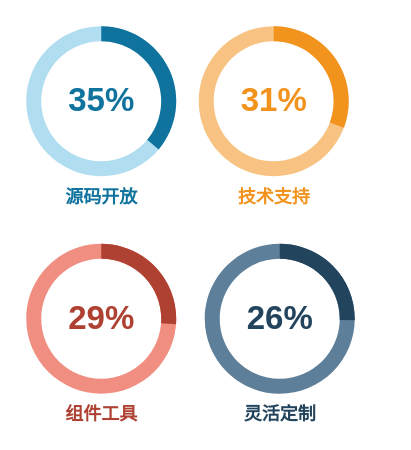
This is page "第 9 页" (9 of 9) of draw/ppt.drawio from peng-fan/drawio, a draw.io file, before an edit. Source tidied: cells renumbered, new cells numbered last; positions are measured from the earlier drawing's top-left corner, leaving out a move shared by most shapes. Both pictures are drawn from the tidied source at 150%, with x=0, y=0 at pixel (26, 26).
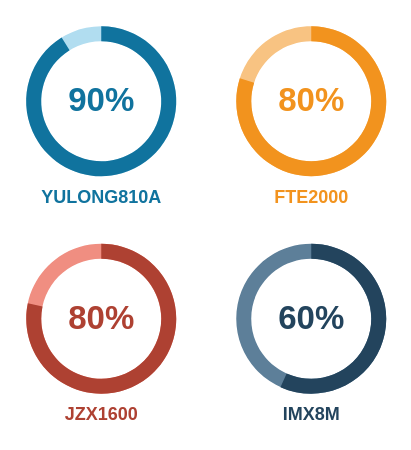
The same diagram, later.

What changed in the source:
```diff
@@
 <mxGraphModel>
   <root>
     <mxCell id="0" />
     <mxCell id="1" parent="0" />
-    <mxCell id="2" value="源码开放" style="verticalLabelPosition=bottom;verticalAlign=top;html=1;shape=mxgraph.basic.donut;dx=10;strokeColor=none;fillColor=#B1DDF0;fontSize=12;fontColor=#10739E;align=center;fontStyle=1;" parent="1" vertex="1">
+    <mxCell id="2" value="YULONG810A" style="verticalLabelPosition=bottom;verticalAlign=top;html=1;shape=mxgraph.basic.donut;dx=10;strokeColor=none;fillColor=#B1DDF0;fontSize=12;fontColor=#10739E;align=center;fontStyle=1;" parent="1" vertex="1">
       <mxGeometry width="100" height="100" as="geometry" />
     </mxCell>
-    <mxCell id="3" value="35%" style="verticalLabelPosition=middle;verticalAlign=middle;html=1;shape=mxgraph.basic.partConcEllipse;startAngle=0;endAngle=0.36119516464413803;arcWidth=0.2;strokeColor=none;fillColor=#10739E;fontSize=22;fontColor=#10739E;align=center;fontStyle=1;" parent="2" vertex="1">
+    <mxCell id="3" value="90%" style="verticalLabelPosition=middle;verticalAlign=middle;html=1;shape=mxgraph.basic.partConcEllipse;startAngle=0;endAngle=0.9114144672170953;arcWidth=0.2;strokeColor=none;fillColor=#10739E;fontSize=22;fontColor=#10739E;align=center;fontStyle=1;" parent="2" vertex="1">
       <mxGeometry width="100" height="100" as="geometry" />
     </mxCell>
-    <mxCell id="4" value="技术支持" style="verticalLabelPosition=bottom;verticalAlign=top;html=1;shape=mxgraph.basic.donut;dx=10;strokeColor=none;fillColor=#F8C382;fontSize=12;fontColor=#F2931E;align=center;fontStyle=1;" parent="1" vertex="1">
-      <mxGeometry x="115" width="100" height="100" as="geometry" />
+    <mxCell id="4" value="FTE2000" style="verticalLabelPosition=bottom;verticalAlign=top;html=1;shape=mxgraph.basic.donut;dx=10;strokeColor=none;fillColor=#F8C382;fontSize=12;fontColor=#F2931E;align=center;fontStyle=1;" parent="1" vertex="1">
+      <mxGeometry x="140" width="100" height="100" as="geometry" />
     </mxCell>
-    <mxCell id="5" value="31%" style="verticalLabelPosition=middle;verticalAlign=middle;html=1;shape=mxgraph.basic.partConcEllipse;startAngle=0;endAngle=0.30728758717590343;arcWidth=0.2;strokeColor=none;fillColor=#F2931E;fontSize=22;fontColor=#F2931E;align=center;fontStyle=1;" parent="4" vertex="1">
+    <mxCell id="5" value="80%" style="verticalLabelPosition=middle;verticalAlign=middle;html=1;shape=mxgraph.basic.partConcEllipse;startAngle=0;endAngle=0.799611372418553;arcWidth=0.2;strokeColor=none;fillColor=#F2931E;fontSize=22;fontColor=#F2931E;align=center;fontStyle=1;" parent="4" vertex="1">
       <mxGeometry width="100" height="100" as="geometry" />
     </mxCell>
-    <mxCell id="6" value="组件工具" style="verticalLabelPosition=bottom;verticalAlign=top;html=1;shape=mxgraph.basic.donut;dx=10;strokeColor=none;fillColor=#F08E81;fontSize=12;fontColor=#AE4132;align=center;fontStyle=1;" parent="1" vertex="1">
+    <mxCell id="6" value="JZX1600" style="verticalLabelPosition=bottom;verticalAlign=top;html=1;shape=mxgraph.basic.donut;dx=10;strokeColor=none;fillColor=#F08E81;fontSize=12;fontColor=#AE4132;align=center;fontStyle=1;" parent="1" vertex="1">
       <mxGeometry y="145" width="100" height="100" as="geometry" />
     </mxCell>
-    <mxCell id="7" value="29%" style="verticalLabelPosition=middle;verticalAlign=middle;html=1;shape=mxgraph.basic.partConcEllipse;startAngle=0;endAngle=0.26170605145203907;arcWidth=0.2;strokeColor=none;fillColor=#AE4132;fontSize=22;fontColor=#AE4132;align=center;fontStyle=1;" parent="6" vertex="1">
+    <mxCell id="7" value="80%" style="verticalLabelPosition=middle;verticalAlign=middle;html=1;shape=mxgraph.basic.partConcEllipse;startAngle=0;endAngle=0.7829438308915222;arcWidth=0.2;strokeColor=none;fillColor=#AE4132;fontSize=22;fontColor=#AE4132;align=center;fontStyle=1;" parent="6" vertex="1">
       <mxGeometry width="100" height="100" as="geometry" />
     </mxCell>
-    <mxCell id="8" value="灵活定制" style="verticalLabelPosition=bottom;verticalAlign=top;html=1;shape=mxgraph.basic.donut;dx=10;strokeColor=none;fillColor=#5D7F99;fontSize=12;fontColor=#23445D;align=center;fontStyle=1;" parent="1" vertex="1">
-      <mxGeometry x="119" y="145" width="100" height="100" as="geometry" />
+    <mxCell id="8" value="IMX8M" style="verticalLabelPosition=bottom;verticalAlign=top;html=1;shape=mxgraph.basic.donut;dx=10;strokeColor=none;fillColor=#5D7F99;fontSize=12;fontColor=#23445D;align=center;fontStyle=1;" parent="1" vertex="1">
+      <mxGeometry x="140" y="145" width="100" height="100" as="geometry" />
     </mxCell>
-    <mxCell id="9" value="26%" style="verticalLabelPosition=middle;verticalAlign=middle;html=1;shape=mxgraph.basic.partConcEllipse;startAngle=0;endAngle=0.25328108031479624;arcWidth=0.2;strokeColor=none;fillColor=#23445D;fontSize=22;fontColor=#23445D;align=center;fontStyle=1;" parent="8" vertex="1">
+    <mxCell id="9" value="60%" style="verticalLabelPosition=middle;verticalAlign=middle;html=1;shape=mxgraph.basic.partConcEllipse;startAngle=0;endAngle=0.5672992925498727;arcWidth=0.2;strokeColor=none;fillColor=#23445D;fontSize=22;fontColor=#23445D;align=center;fontStyle=1;" parent="8" vertex="1">
       <mxGeometry width="100" height="100" as="geometry" />
     </mxCell>
   </root>
 </mxGraphModel>
```
